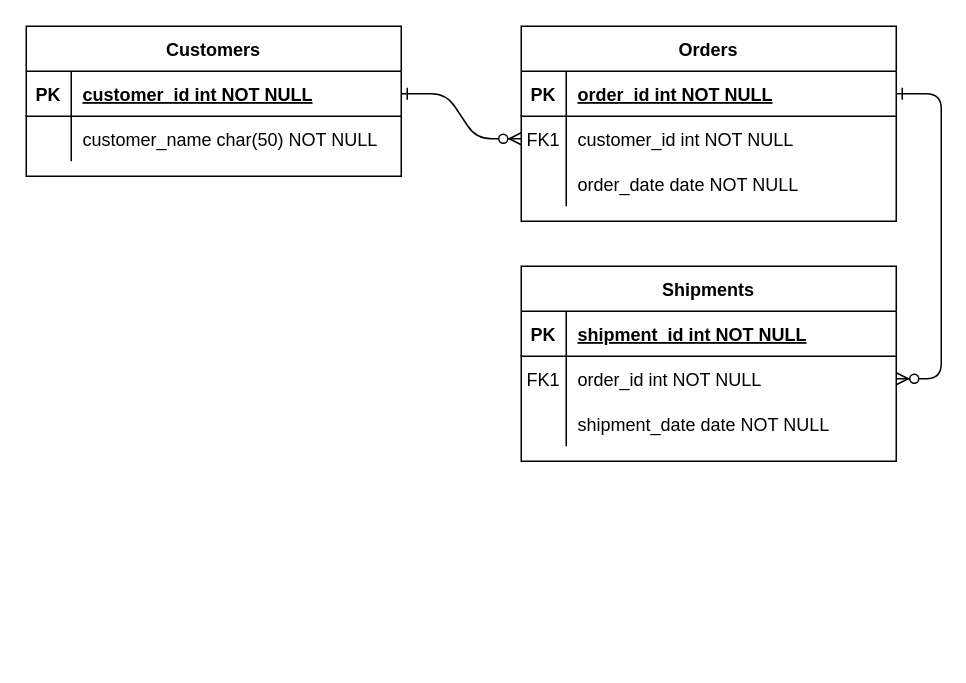
ashrafhafiz/tailwind-playground keeps this draw.io diagram as ERD01.drawio. Above is the earlier version. Source tidied: cells renumbered, new cells numbered last; positions are measured from the earlier drawing's top-left corner, leaving out a move shared by most shapes. Both pictures are drawn from the tidied source at 150%, with x=0, y=0 at pixel (26, 26).
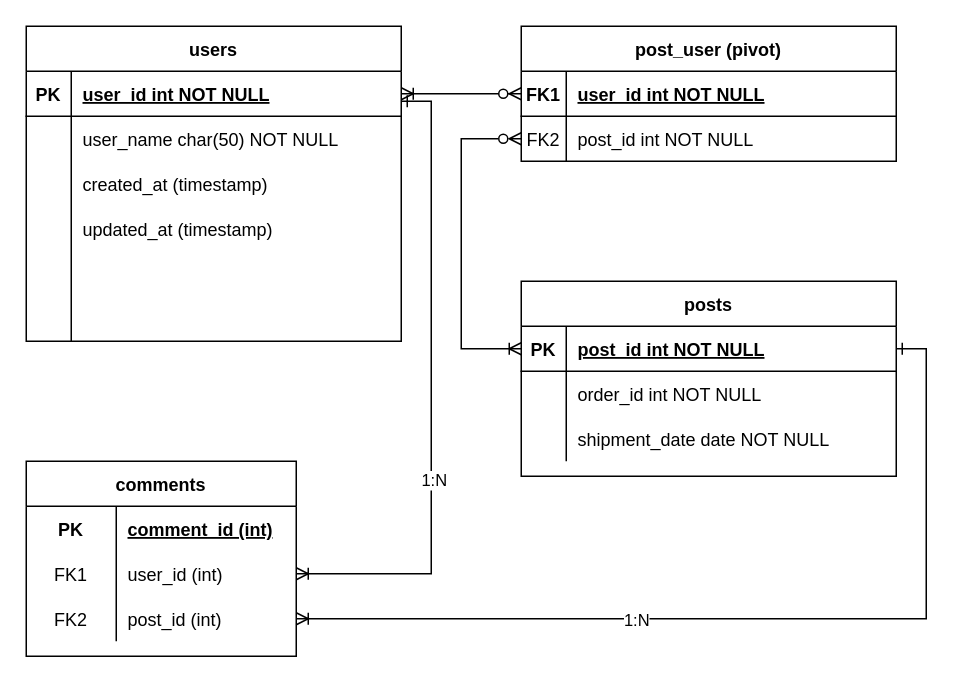
The same diagram, later.

Unchanged cells that the change refers to:
```xml
<mxCell id="5" style="shape=partialRectangle;fillColor=none;points=[[0,0.5],[1,0.5]];portConstraint=eastwest;top=0;left=0;right=0;bottom=1;" parent="4" vertex="1">
  <mxGeometry y="30" width="250" height="30" as="geometry" />
</mxCell>
<mxCell id="8" style="shape=partialRectangle;fillColor=none;points=[[0,0.5],[1,0.5]];portConstraint=eastwest;top=0;left=0;right=0;bottom=0;" parent="4" vertex="1">
  <mxGeometry y="60" width="250" height="30" as="geometry" />
</mxCell>
<mxCell id="15" style="shape=partialRectangle;fillColor=none;points=[[0,0.5],[1,0.5]];portConstraint=eastwest;top=0;left=0;right=0;bottom=1;" parent="14" vertex="1">
  <mxGeometry y="30" width="250" height="30" as="geometry" />
</mxCell>
<mxCell id="18" style="shape=partialRectangle;fillColor=none;points=[[0,0.5],[1,0.5]];portConstraint=eastwest;top=0;left=0;right=0;bottom=0;" parent="14" vertex="1">
  <mxGeometry y="60" width="250" height="30" as="geometry" />
</mxCell>
<mxCell id="25" style="shape=partialRectangle;fillColor=none;points=[[0,0.5],[1,0.5]];portConstraint=eastwest;top=0;left=0;right=0;bottom=1;" parent="24" vertex="1">
  <mxGeometry y="30" width="250" height="30" as="geometry" />
</mxCell>
<mxCell id="28" style="shape=partialRectangle;fillColor=none;top=0;left=0;right=0;bottom=0;" parent="24" vertex="1">
  <mxGeometry y="60" width="250" height="30" as="geometry" />
</mxCell>
```

Diff of the diagram source:
```diff
@@
-    <mxCell id="2" style="edgeStyle=entityRelationEdgeStyle;endArrow=ERzeroToMany;startArrow=ERone;endFill=1;startFill=0;" parent="1" edge="1" source="25" target="8">
+    <mxCell id="2" style="edgeStyle=entityRelationEdgeStyle;endArrow=ERzeroToMany;startArrow=ERoneToMany;endFill=1;startFill=0;entryX=0;entryY=0.5;entryDx=0;entryDy=0;" parent="1" edge="1" source="25" target="5">
       <mxGeometry relative="1" as="geometry" />
     </mxCell>
-    <mxCell id="3" style="edgeStyle=entityRelationEdgeStyle;endArrow=ERzeroToMany;startArrow=ERone;endFill=1;startFill=0;" parent="1" edge="1" source="5" target="18">
-      <mxGeometry relative="1" as="geometry" />
-    </mxCell>
-    <mxCell id="4" value="Orders" style="shape=table;startSize=30;childLayout=tableLayout;rowLines=0;fontStyle=1;align=center;" parent="1" vertex="1">
-      <mxGeometry x="330" width="250" height="130" as="geometry" />
+    <mxCell id="4" value="post_user (pivot)" style="shape=table;startSize=30;childLayout=tableLayout;rowLines=0;fontStyle=1;align=center;" parent="1" vertex="1">
+      <mxGeometry x="330" width="250" height="90" as="geometry" />
     </mxCell>
@@
-    <mxCell id="6" value="PK" style="shape=partialRectangle;overflow=hidden;fillColor=none;top=0;left=0;bottom=0;right=0;fontStyle=1;" parent="5" vertex="1">
+    <mxCell id="6" value="FK1" style="shape=partialRectangle;overflow=hidden;fillColor=none;top=0;left=0;bottom=0;right=0;fontStyle=1;" parent="5" vertex="1">
       <mxGeometry width="30" height="30" as="geometry" />
     </mxCell>
-    <mxCell id="7" value="order_id int NOT NULL " style="shape=partialRectangle;overflow=hidden;fillColor=none;top=0;left=0;bottom=0;right=0;align=left;spacingLeft=6;fontStyle=5;" parent="5" vertex="1">
+    <mxCell id="7" value="user_id int NOT NULL " style="shape=partialRectangle;overflow=hidden;fillColor=none;top=0;left=0;bottom=0;right=0;align=left;spacingLeft=6;fontStyle=5;" parent="5" vertex="1">
       <mxGeometry x="30" width="220" height="30" as="geometry" />
     </mxCell>
@@
-    <mxCell id="9" value="FK1" style="shape=partialRectangle;overflow=hidden;fillColor=none;top=0;left=0;bottom=0;right=0;" parent="8" vertex="1">
+    <mxCell id="9" value="FK2" style="shape=partialRectangle;overflow=hidden;fillColor=none;top=0;left=0;bottom=0;right=0;" parent="8" vertex="1">
       <mxGeometry width="30" height="30" as="geometry" />
     </mxCell>
-    <mxCell id="10" value="customer_id int NOT NULL" style="shape=partialRectangle;overflow=hidden;fillColor=none;top=0;left=0;bottom=0;right=0;align=left;spacingLeft=6;" parent="8" vertex="1">
+    <mxCell id="10" value="post_id int NOT NULL" style="shape=partialRectangle;overflow=hidden;fillColor=none;top=0;left=0;bottom=0;right=0;align=left;spacingLeft=6;" parent="8" vertex="1">
       <mxGeometry x="30" width="220" height="30" as="geometry" />
     </mxCell>
-    <mxCell id="11" style="shape=partialRectangle;fillColor=none;top=0;left=0;right=0;bottom=0;" parent="4" vertex="1">
-      <mxGeometry y="90" width="250" height="30" as="geometry" />
-    </mxCell>
-    <mxCell id="12" style="shape=partialRectangle;overflow=hidden;fillColor=none;top=0;left=0;bottom=0;right=0;" parent="11" vertex="1">
-      <mxGeometry width="30" height="30" as="geometry" />
-    </mxCell>
-    <mxCell id="13" value="order_date date NOT NULL" style="shape=partialRectangle;overflow=hidden;fillColor=none;top=0;left=0;bottom=0;right=0;align=left;spacingLeft=6;" parent="11" vertex="1">
-      <mxGeometry x="30" width="220" height="30" as="geometry" />
-    </mxCell>
-    <mxCell id="14" value="Shipments" style="shape=table;startSize=30;childLayout=tableLayout;rowLines=0;fontStyle=1;align=center;" parent="1" vertex="1">
-      <mxGeometry x="330" y="160" width="250" height="130" as="geometry" />
+    <mxCell id="14" value="posts" style="shape=table;startSize=30;childLayout=tableLayout;rowLines=0;fontStyle=1;align=center;" parent="1" vertex="1">
+      <mxGeometry x="330" y="170" width="250" height="130" as="geometry" />
     </mxCell>
@@
-    <mxCell id="17" value="shipment_id int NOT NULL " style="shape=partialRectangle;overflow=hidden;fillColor=none;top=0;left=0;bottom=0;right=0;align=left;spacingLeft=6;fontStyle=5;" parent="15" vertex="1">
+    <mxCell id="17" value="post_id int NOT NULL " style="shape=partialRectangle;overflow=hidden;fillColor=none;top=0;left=0;bottom=0;right=0;align=left;spacingLeft=6;fontStyle=5;" parent="15" vertex="1">
       <mxGeometry x="30" width="220" height="30" as="geometry" />
     </mxCell>
@@
-    <mxCell id="19" value="FK1" style="shape=partialRectangle;overflow=hidden;fillColor=none;top=0;left=0;bottom=0;right=0;" parent="18" vertex="1">
+    <mxCell id="19" style="shape=partialRectangle;overflow=hidden;fillColor=none;top=0;left=0;bottom=0;right=0;" parent="18" vertex="1">
       <mxGeometry width="30" height="30" as="geometry" />
     </mxCell>
@@
-    <mxCell id="24" value="Customers" style="shape=table;startSize=30;childLayout=tableLayout;rowLines=0;fontStyle=1;align=center;" parent="1" vertex="1">
-      <mxGeometry width="250" height="100" as="geometry" />
+    <mxCell id="24" value="users" style="shape=table;startSize=30;childLayout=tableLayout;rowLines=0;fontStyle=1;align=center;" parent="1" vertex="1">
+      <mxGeometry width="250" height="210" as="geometry" />
     </mxCell>
@@
-    <mxCell id="27" value="customer_id int NOT NULL " style="shape=partialRectangle;overflow=hidden;fillColor=none;top=0;left=0;bottom=0;right=0;align=left;spacingLeft=6;fontStyle=5;" parent="25" vertex="1">
+    <mxCell id="27" value="user_id int NOT NULL " style="shape=partialRectangle;overflow=hidden;fillColor=none;top=0;left=0;bottom=0;right=0;align=left;spacingLeft=6;fontStyle=5;" parent="25" vertex="1">
       <mxGeometry x="30" width="220" height="30" as="geometry" />
     </mxCell>
@@
-    <mxCell id="30" value="customer_name char(50) NOT NULL" style="shape=partialRectangle;overflow=hidden;fillColor=none;top=0;left=0;bottom=0;right=0;align=left;spacingLeft=6;" parent="28" vertex="1">
+    <mxCell id="30" value="user_name char(50) NOT NULL" style="shape=partialRectangle;overflow=hidden;fillColor=none;top=0;left=0;bottom=0;right=0;align=left;spacingLeft=6;" parent="28" vertex="1">
       <mxGeometry x="30" width="220" height="30" as="geometry" />
     </mxCell>
+    <mxCell id="11" style="shape=partialRectangle;fillColor=none;top=0;left=0;right=0;bottom=0;" parent="24" vertex="1">
+      <mxGeometry y="90" width="250" height="30" as="geometry" />
+    </mxCell>
+    <mxCell id="31" style="shape=partialRectangle;overflow=hidden;fillColor=none;top=0;left=0;bottom=0;right=0;" parent="11" vertex="1">
+      <mxGeometry width="30" height="30" as="geometry" />
+    </mxCell>
+    <mxCell id="32" value="created_at (timestamp)" style="shape=partialRectangle;overflow=hidden;fillColor=none;top=0;left=0;bottom=0;right=0;align=left;spacingLeft=6;" parent="11" vertex="1">
+      <mxGeometry x="30" width="220" height="30" as="geometry" />
+    </mxCell>
+    <mxCell id="33" style="shape=partialRectangle;fillColor=none;top=0;left=0;right=0;bottom=0;" parent="24" vertex="1">
+      <mxGeometry y="120" width="250" height="30" as="geometry" />
+    </mxCell>
+    <mxCell id="34" style="shape=partialRectangle;overflow=hidden;fillColor=none;top=0;left=0;bottom=0;right=0;" parent="33" vertex="1">
+      <mxGeometry width="30" height="30" as="geometry" />
+    </mxCell>
+    <mxCell id="35" value="updated_at (timestamp)" style="shape=partialRectangle;overflow=hidden;fillColor=none;top=0;left=0;bottom=0;right=0;align=left;spacingLeft=6;" parent="33" vertex="1">
+      <mxGeometry x="30" width="220" height="30" as="geometry" />
+    </mxCell>
+    <mxCell id="36" style="shape=partialRectangle;fillColor=none;top=0;left=0;right=0;bottom=0;" parent="24" vertex="1">
+      <mxGeometry y="150" width="250" height="30" as="geometry" />
+    </mxCell>
+    <mxCell id="37" style="shape=partialRectangle;overflow=hidden;fillColor=none;top=0;left=0;bottom=0;right=0;" parent="36" vertex="1">
+      <mxGeometry width="30" height="30" as="geometry" />
+    </mxCell>
+    <mxCell id="38" style="shape=partialRectangle;overflow=hidden;fillColor=none;top=0;left=0;bottom=0;right=0;align=left;spacingLeft=6;" parent="36" vertex="1">
+      <mxGeometry x="30" width="220" height="30" as="geometry" />
+    </mxCell>
+    <mxCell id="39" style="shape=partialRectangle;fillColor=none;top=0;left=0;right=0;bottom=0;" parent="24" vertex="1">
+      <mxGeometry y="180" width="250" height="30" as="geometry" />
+    </mxCell>
+    <mxCell id="40" style="shape=partialRectangle;overflow=hidden;fillColor=none;top=0;left=0;bottom=0;right=0;" parent="39" vertex="1">
+      <mxGeometry width="30" height="30" as="geometry" />
+    </mxCell>
+    <mxCell id="41" style="shape=partialRectangle;overflow=hidden;fillColor=none;top=0;left=0;bottom=0;right=0;align=left;spacingLeft=6;" parent="39" vertex="1">
+      <mxGeometry x="30" width="220" height="30" as="geometry" />
+    </mxCell>
+    <mxCell id="42" style="edgeStyle=orthogonalEdgeStyle;rounded=0;jettySize=auto;html=1;exitX=0;exitY=0.5;exitDx=0;exitDy=0;entryX=0;entryY=0.5;entryDx=0;entryDy=0;startArrow=ERoneToMany;startFill=0;endArrow=ERzeroToMany;endFill=0;" parent="1" edge="1" source="15" target="8">
+      <mxGeometry relative="1" as="geometry">
+        <Array as="points">
+          <mxPoint x="290" y="215" />
+          <mxPoint x="290" y="75" />
+        </Array>
+      </mxGeometry>
+    </mxCell>
+    <mxCell id="43" value="comments" style="shape=table;startSize=30;childLayout=tableLayout;rowLines=0;fontStyle=1;align=center;" parent="1" vertex="1">
+      <mxGeometry y="290" width="180" height="130" as="geometry" />
+    </mxCell>
+    <mxCell id="44" style="shape=tableRow;horizontal=0;startSize=0;swimlaneHead=0;swimlaneBody=0;fillColor=none;top=0;left=0;right=0;bottom=0;" parent="43" vertex="1">
+      <mxGeometry y="30" width="180" height="30" as="geometry" />
+    </mxCell>
+    <mxCell id="45" value="PK" style="shape=partialRectangle;fillColor=none;top=0;left=0;bottom=0;right=0;fontStyle=1;overflow=hidden;" parent="44" vertex="1">
+      <mxGeometry width="60" height="30" as="geometry" />
+    </mxCell>
+    <mxCell id="46" value="comment_id (int)" style="shape=partialRectangle;fillColor=none;top=0;left=0;bottom=0;right=0;align=left;spacingLeft=6;fontStyle=5;overflow=hidden;" parent="44" vertex="1">
+      <mxGeometry x="60" width="120" height="30" as="geometry" />
+    </mxCell>
+    <mxCell id="47" style="shape=tableRow;horizontal=0;startSize=0;swimlaneHead=0;swimlaneBody=0;fillColor=none;points=[[0,0.5],[1,0.5]];portConstraint=eastwest;top=0;left=0;right=0;bottom=0;" parent="43" vertex="1">
+      <mxGeometry y="60" width="180" height="30" as="geometry" />
+    </mxCell>
+    <mxCell id="48" value="FK1" style="shape=partialRectangle;fillColor=none;top=0;left=0;bottom=0;right=0;overflow=hidden;" parent="47" vertex="1">
+      <mxGeometry width="60" height="30" as="geometry" />
+    </mxCell>
+    <mxCell id="49" value="user_id (int)" style="shape=partialRectangle;fillColor=none;top=0;left=0;bottom=0;right=0;align=left;spacingLeft=6;overflow=hidden;" parent="47" vertex="1">
+      <mxGeometry x="60" width="120" height="30" as="geometry" />
+    </mxCell>
+    <mxCell id="50" style="shape=tableRow;horizontal=0;startSize=0;swimlaneHead=0;swimlaneBody=0;fillColor=none;points=[[0,0.5],[1,0.5]];portConstraint=eastwest;top=0;left=0;right=0;bottom=0;" parent="43" vertex="1">
+      <mxGeometry y="90" width="180" height="30" as="geometry" />
+    </mxCell>
+    <mxCell id="51" value="FK2" style="shape=partialRectangle;fillColor=none;top=0;left=0;bottom=0;right=0;overflow=hidden;" parent="50" vertex="1">
+      <mxGeometry width="60" height="30" as="geometry" />
+    </mxCell>
+    <mxCell id="52" value="post_id (int)" style="shape=partialRectangle;fillColor=none;top=0;left=0;bottom=0;right=0;align=left;spacingLeft=6;overflow=hidden;" parent="50" vertex="1">
+      <mxGeometry x="60" width="120" height="30" as="geometry" />
+    </mxCell>
+    <mxCell id="53" style="edgeStyle=orthogonalEdgeStyle;rounded=0;jettySize=auto;html=1;exitX=1;exitY=0.5;exitDx=0;exitDy=0;entryX=1;entryY=0.5;entryDx=0;entryDy=0;startArrow=ERone;startFill=0;endArrow=ERoneToMany;endFill=0;" parent="1" edge="1" source="15" target="50">
+      <mxGeometry relative="1" as="geometry" />
+    </mxCell>
+    <mxCell id="54" value="1:N" style="edgeLabel;html=1;align=center;verticalAlign=middle;" parent="53" vertex="1">
+      <mxGeometry x="0.27" relative="1" as="geometry" />
+    </mxCell>
+    <mxCell id="55" style="edgeStyle=orthogonalEdgeStyle;rounded=0;jettySize=auto;html=1;entryX=1;entryY=0.5;entryDx=0;entryDy=0;startArrow=ERone;startFill=0;endArrow=ERoneToMany;endFill=0;" parent="1" edge="1" source="25" target="47">
+      <mxGeometry relative="1" as="geometry">
+        <Array as="points">
+          <mxPoint x="270" y="50" />
+          <mxPoint x="270" y="365" />
+        </Array>
+      </mxGeometry>
+    </mxCell>
+    <mxCell id="56" value="1:N" style="edgeLabel;html=1;align=center;verticalAlign=middle;" parent="55" vertex="1">
+      <mxGeometry x="0.28" y="1" relative="1" as="geometry" />
+    </mxCell>
```
